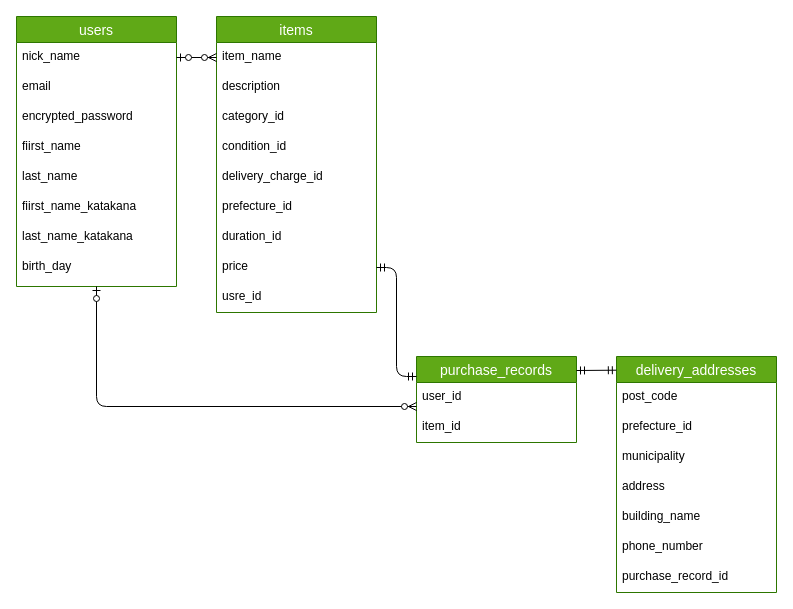
Before: er.dio in nameko710/furima-38718, a draw.io diagram. Source tidied: cells renumbered, new cells numbered last; positions are measured from the earlier drawing's top-left corner, leaving out a move shared by most shapes. Both pictures are drawn from the tidied source at 100%, with x=0, y=0 at pixel (16, 16).
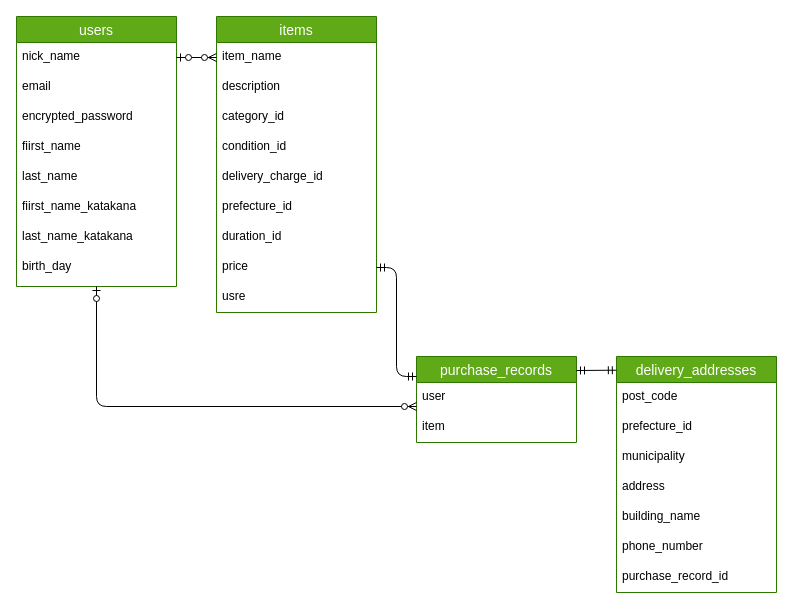
The same diagram, later.

Commit message:
外部キーは_id無し、Activehashは_idありで統一

Unchanged cells that the change refers to:
```xml
<mxCell id="11" value="items" style="swimlane;fontStyle=0;horizontal=1;startSize=26;align=center;fontSize=14;fillColor=#60a917;fontColor=#ffffff;strokeColor=#2D7600;" parent="1" vertex="1">
  <mxGeometry x="200" width="160" height="296" as="geometry" />
</mxCell>
<mxCell id="21" value="purchase_records" style="swimlane;fontStyle=0;horizontal=1;startSize=26;align=center;fontSize=14;fillColor=#60a917;fontColor=#ffffff;strokeColor=#2D7600;" parent="1" vertex="1">
  <mxGeometry x="400" y="340" width="160" height="86" as="geometry" />
</mxCell>
```

The edit, as a diff of the source:
```diff
@@
-    <mxCell id="20" value="usre_id" style="text;strokeColor=none;fillColor=none;spacingLeft=4;spacingRight=4;overflow=hidden;fontSize=12;" parent="11" vertex="1">
+    <mxCell id="20" value="usre" style="text;strokeColor=none;fillColor=none;spacingLeft=4;spacingRight=4;overflow=hidden;fontSize=12;" parent="11" vertex="1">
       <mxGeometry y="266" width="160" height="30" as="geometry" />
     </mxCell>
@@
-    <mxCell id="22" value="user_id" style="text;strokeColor=none;fillColor=none;spacingLeft=4;spacingRight=4;overflow=hidden;fontSize=12;" parent="21" vertex="1">
+    <mxCell id="22" value="user" style="text;strokeColor=none;fillColor=none;spacingLeft=4;spacingRight=4;overflow=hidden;fontSize=12;" parent="21" vertex="1">
       <mxGeometry y="26" width="160" height="30" as="geometry" />
     </mxCell>
-    <mxCell id="23" value="item_id" style="text;strokeColor=none;fillColor=none;spacingLeft=4;spacingRight=4;overflow=hidden;fontSize=12;" parent="21" vertex="1">
+    <mxCell id="23" value="item" style="text;strokeColor=none;fillColor=none;spacingLeft=4;spacingRight=4;overflow=hidden;fontSize=12;" parent="21" vertex="1">
       <mxGeometry y="56" width="160" height="30" as="geometry" />
     </mxCell>
```
